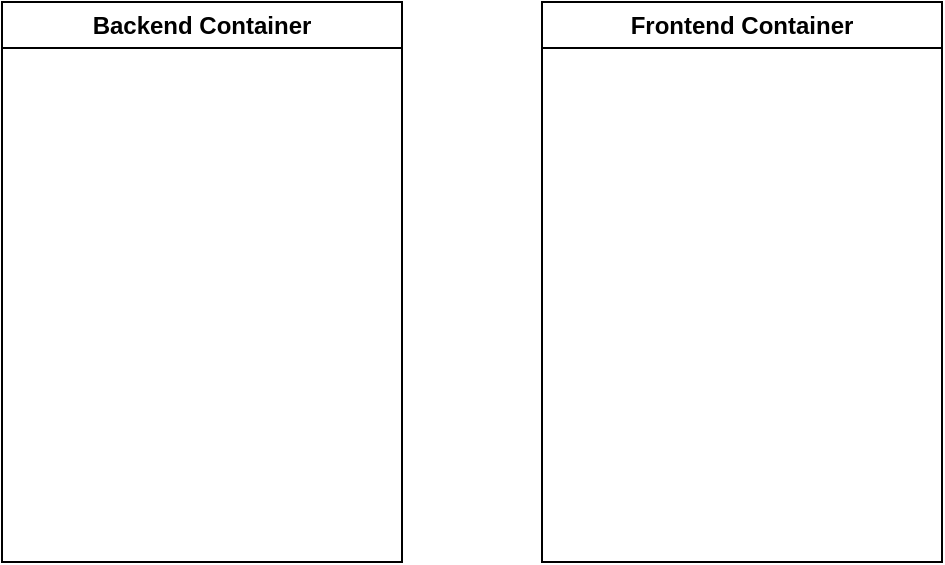
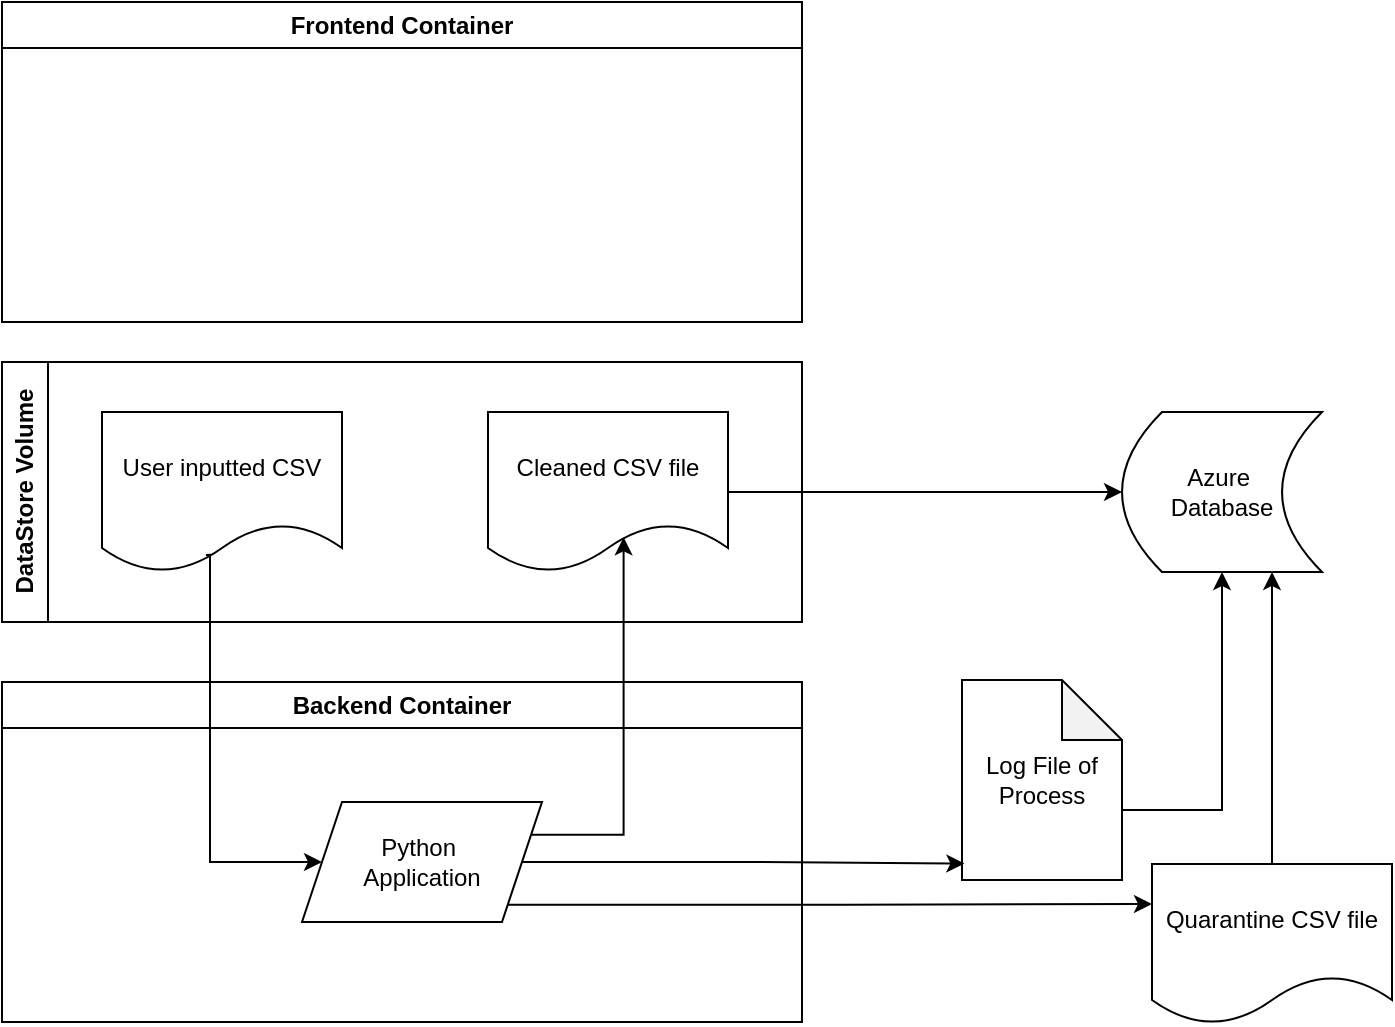
<mxfile host="app.diagrams.net">
  <diagram name="Page-1" id="aBmDPwXw9smlM-xa6Opx">
    <mxGraphModel dx="1022" dy="570" grid="1" gridSize="10" guides="1" tooltips="1" connect="1" arrows="1" fold="1" page="1" pageScale="1" pageWidth="850" pageHeight="1100" math="0" shadow="0">
      <root>
        <mxCell id="0" />
        <mxCell id="1" parent="0" />
        <mxCell id="rDHVlWBP_Ud7Ryi1VKtr-2" parent="1" style="swimlane;whiteSpace=wrap;html=1;" value="Backend Container" vertex="1">
-           <mxGeometry height="280" width="200" x="40" y="160" as="geometry" />
+           <mxGeometry height="170" width="400" x="40" y="380" as="geometry" />
+         </mxCell>
+         <mxCell id="rDHVlWBP_Ud7Ryi1VKtr-5" parent="rDHVlWBP_Ud7Ryi1VKtr-2" style="shape=parallelogram;perimeter=parallelogramPerimeter;whiteSpace=wrap;html=1;fixedSize=1;" value="Python&amp;nbsp;&lt;div&gt;Application&lt;/div&gt;" vertex="1">
+           <mxGeometry height="60" width="120" x="150" y="60" as="geometry" />
        </mxCell>
        <mxCell id="rDHVlWBP_Ud7Ryi1VKtr-3" parent="1" style="swimlane;whiteSpace=wrap;html=1;" value="Frontend Container" vertex="1">
-           <mxGeometry height="280" width="200" x="310" y="160" as="geometry" />
+           <mxGeometry height="160" width="400" x="40" y="40" as="geometry" />
+         </mxCell>
+         <mxCell id="rDHVlWBP_Ud7Ryi1VKtr-4" parent="1" style="shape=dataStorage;whiteSpace=wrap;html=1;fixedSize=1;" value="Azure&amp;nbsp;&lt;div&gt;Database&lt;/div&gt;" vertex="1">
+           <mxGeometry height="80" width="100" x="600" y="245" as="geometry" />
+         </mxCell>
+         <mxCell id="rDHVlWBP_Ud7Ryi1VKtr-10" parent="1" style="swimlane;horizontal=0;whiteSpace=wrap;html=1;" value="DataStore Volume" vertex="1">
+           <mxGeometry height="130" width="400" x="40" y="220" as="geometry" />
+         </mxCell>
+         <mxCell id="rDHVlWBP_Ud7Ryi1VKtr-8" parent="rDHVlWBP_Ud7Ryi1VKtr-10" style="shape=document;whiteSpace=wrap;html=1;boundedLbl=1;" value="User inputted CSV" vertex="1">
+           <mxGeometry height="80" width="120" x="50" y="25" as="geometry" />
+         </mxCell>
+         <mxCell id="rDHVlWBP_Ud7Ryi1VKtr-6" parent="rDHVlWBP_Ud7Ryi1VKtr-10" style="shape=document;whiteSpace=wrap;html=1;boundedLbl=1;" value="Cleaned CSV file" vertex="1">
+           <mxGeometry height="80" width="120" x="243" y="25" as="geometry" />
+         </mxCell>
+         <mxCell id="rDHVlWBP_Ud7Ryi1VKtr-13" edge="1" parent="1" source="rDHVlWBP_Ud7Ryi1VKtr-5" style="edgeStyle=orthogonalEdgeStyle;rounded=0;orthogonalLoop=1;jettySize=auto;html=1;exitX=1;exitY=0.25;exitDx=0;exitDy=0;entryX=0.565;entryY=0.783;entryDx=0;entryDy=0;entryPerimeter=0;" target="rDHVlWBP_Ud7Ryi1VKtr-6">
+           <mxGeometry relative="1" as="geometry">
+             <Array as="points">
+               <mxPoint x="351" y="456" />
+             </Array>
+           </mxGeometry>
+         </mxCell>
+         <mxCell id="rDHVlWBP_Ud7Ryi1VKtr-14" edge="1" parent="1" source="rDHVlWBP_Ud7Ryi1VKtr-8" style="edgeStyle=orthogonalEdgeStyle;rounded=0;orthogonalLoop=1;jettySize=auto;html=1;exitX=0.433;exitY=0.893;exitDx=0;exitDy=0;entryX=0;entryY=0.5;entryDx=0;entryDy=0;exitPerimeter=0;" target="rDHVlWBP_Ud7Ryi1VKtr-5">
+           <mxGeometry relative="1" as="geometry">
+             <Array as="points">
+               <mxPoint x="144" y="316" />
+               <mxPoint x="144" y="470" />
+             </Array>
+           </mxGeometry>
+         </mxCell>
+         <mxCell id="rDHVlWBP_Ud7Ryi1VKtr-18" edge="1" parent="1" source="rDHVlWBP_Ud7Ryi1VKtr-15" style="edgeStyle=orthogonalEdgeStyle;rounded=0;orthogonalLoop=1;jettySize=auto;html=1;exitX=0.5;exitY=0;exitDx=0;exitDy=0;entryX=0.75;entryY=1;entryDx=0;entryDy=0;" target="rDHVlWBP_Ud7Ryi1VKtr-4">
+           <mxGeometry relative="1" as="geometry" />
+         </mxCell>
+         <mxCell id="rDHVlWBP_Ud7Ryi1VKtr-15" parent="1" style="shape=document;whiteSpace=wrap;html=1;boundedLbl=1;" value="Quarantine CSV file" vertex="1">
+           <mxGeometry height="80" width="120" x="615" y="471" as="geometry" />
+         </mxCell>
+         <mxCell id="rDHVlWBP_Ud7Ryi1VKtr-16" edge="1" parent="1" source="rDHVlWBP_Ud7Ryi1VKtr-5" style="edgeStyle=orthogonalEdgeStyle;rounded=0;orthogonalLoop=1;jettySize=auto;html=1;exitX=1;exitY=1;exitDx=0;exitDy=0;entryX=0;entryY=0.25;entryDx=0;entryDy=0;" target="rDHVlWBP_Ud7Ryi1VKtr-15">
+           <mxGeometry relative="1" as="geometry" />
+         </mxCell>
+         <mxCell id="rDHVlWBP_Ud7Ryi1VKtr-17" edge="1" parent="1" source="rDHVlWBP_Ud7Ryi1VKtr-6" style="edgeStyle=orthogonalEdgeStyle;rounded=0;orthogonalLoop=1;jettySize=auto;html=1;exitX=1;exitY=0.5;exitDx=0;exitDy=0;entryX=0;entryY=0.5;entryDx=0;entryDy=0;" target="rDHVlWBP_Ud7Ryi1VKtr-4">
+           <mxGeometry relative="1" as="geometry" />
+         </mxCell>
+         <mxCell id="rDHVlWBP_Ud7Ryi1VKtr-22" edge="1" parent="1" source="rDHVlWBP_Ud7Ryi1VKtr-19" style="edgeStyle=orthogonalEdgeStyle;rounded=0;orthogonalLoop=1;jettySize=auto;html=1;exitX=0;exitY=0;exitDx=80;exitDy=65;exitPerimeter=0;entryX=0.5;entryY=1;entryDx=0;entryDy=0;" target="rDHVlWBP_Ud7Ryi1VKtr-4">
+           <mxGeometry relative="1" as="geometry" />
+         </mxCell>
+         <mxCell id="rDHVlWBP_Ud7Ryi1VKtr-19" parent="1" style="shape=note;whiteSpace=wrap;html=1;backgroundOutline=1;darkOpacity=0.05;" value="Log File of Process" vertex="1">
+           <mxGeometry height="100" width="80" x="520" y="379" as="geometry" />
+         </mxCell>
+         <mxCell id="rDHVlWBP_Ud7Ryi1VKtr-21" edge="1" parent="1" source="rDHVlWBP_Ud7Ryi1VKtr-5" style="edgeStyle=orthogonalEdgeStyle;rounded=0;orthogonalLoop=1;jettySize=auto;html=1;exitX=1;exitY=0.5;exitDx=0;exitDy=0;entryX=0.015;entryY=0.918;entryDx=0;entryDy=0;entryPerimeter=0;" target="rDHVlWBP_Ud7Ryi1VKtr-19">
+           <mxGeometry relative="1" as="geometry" />
        </mxCell>
      </root>
    </mxGraphModel>
  </diagram>
</mxfile>
